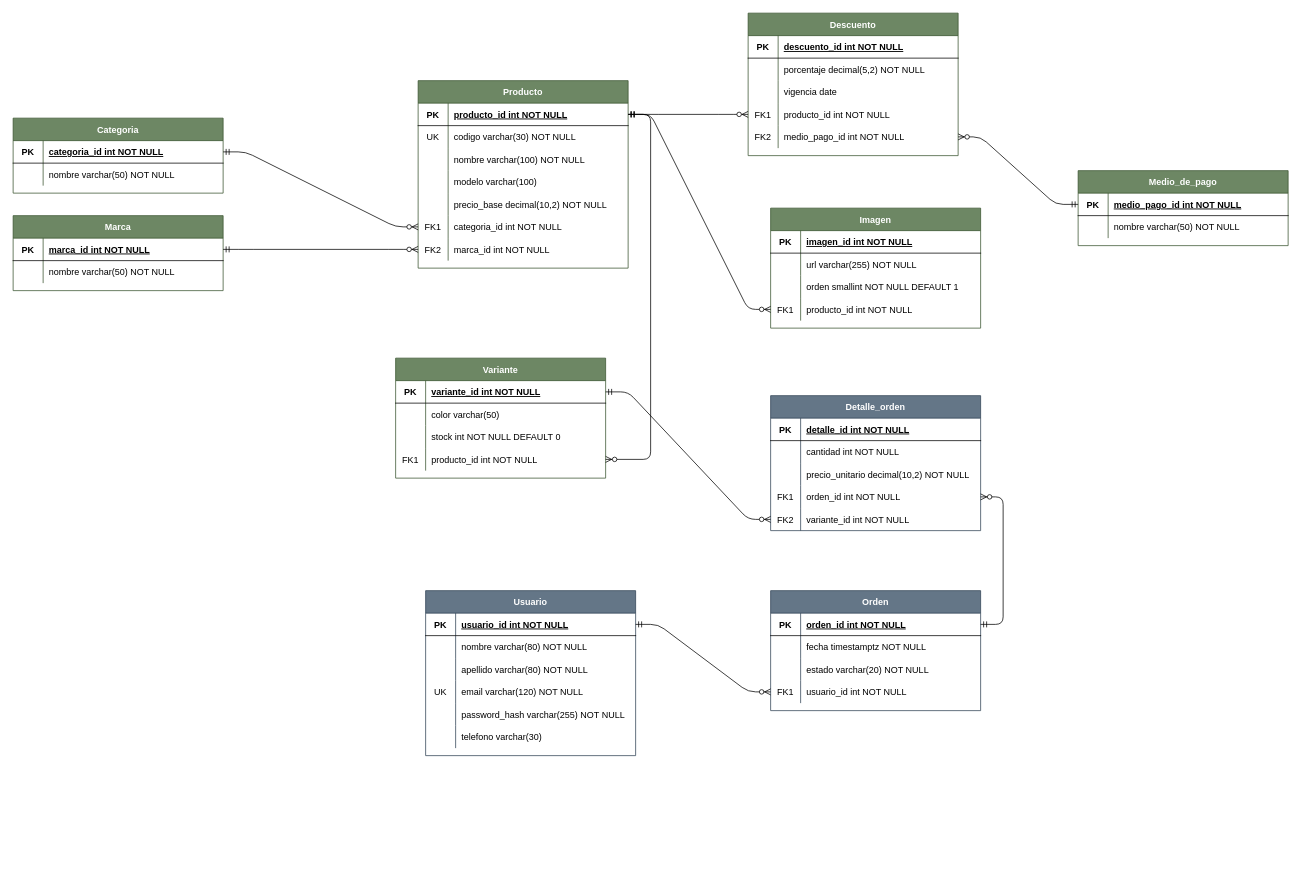
Above: BD_ER.drawio in albertinap/Krepla-RacingParts-Front (draw.io), before the change. Source tidied: cells renumbered, new cells numbered last; positions are measured from the earlier drawing's top-left corner, leaving out a move shared by most shapes. Both pictures are drawn from the tidied source at 75%, with x=0, y=0 at pixel (13, 13).
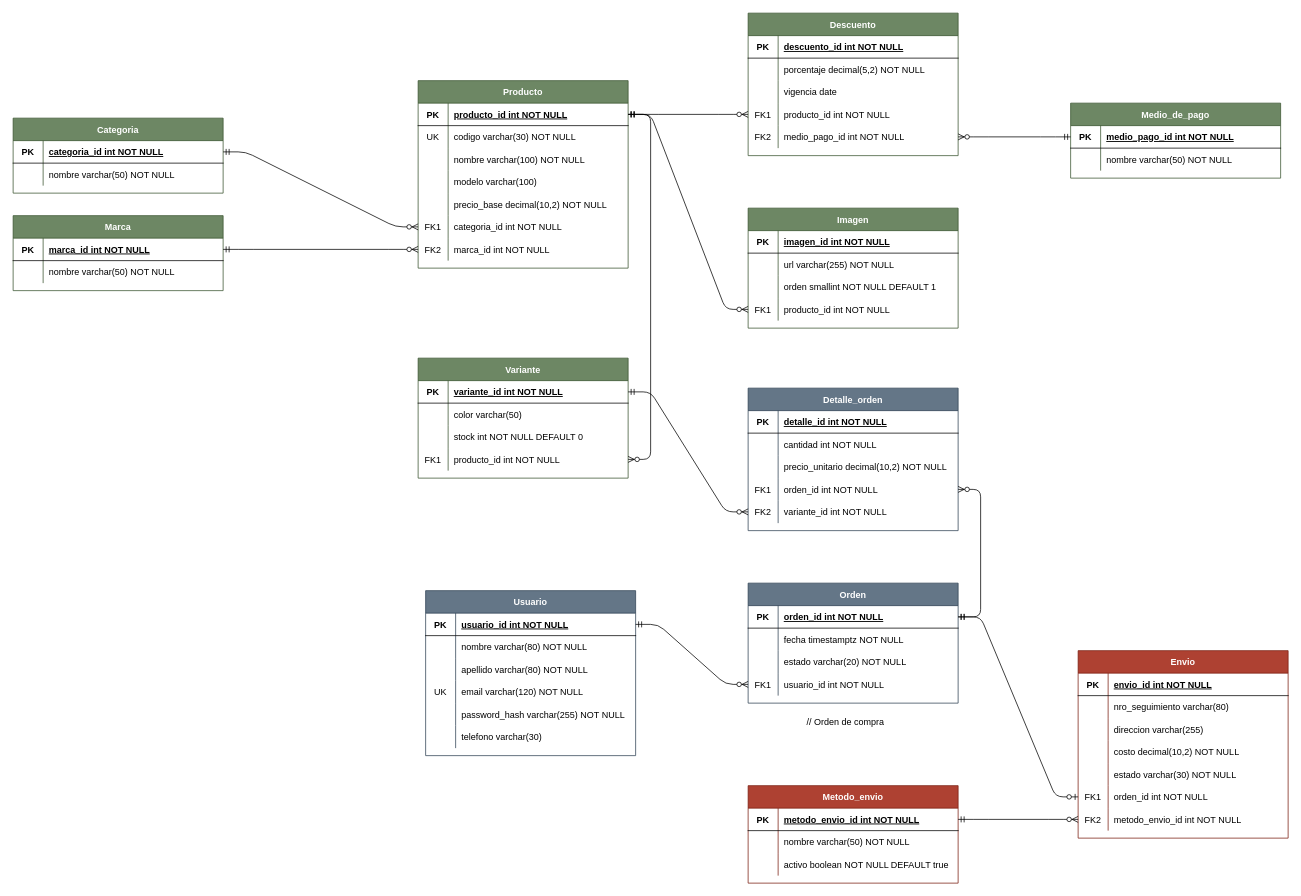
The same diagram, later.

Unchanged cells that the change refers to:
```xml
<mxCell id="107" style="shape=partialRectangle;fillColor=none;points=[[0,0.5],[1,0.5]];portConstraint=eastwest;top=0;left=0;right=0;bottom=1;" parent="106" vertex="1">
  <mxGeometry y="30" width="280" height="30" as="geometry" />
</mxCell>
```

The edit, as a diff of the source:
```diff
@@
     <mxCell id="16" value="Medio_de_pago" style="shape=table;startSize=30;childLayout=tableLayout;rowLines=0;fontStyle=1;align=center;fillColor=#6d8764;fontColor=#ffffff;strokeColor=#3A5431;" parent="1" vertex="1">
-      <mxGeometry x="1420" y="210" width="280" height="100" as="geometry" />
+      <mxGeometry x="1410" y="120" width="280" height="100" as="geometry" />
     </mxCell>
@@
     <mxCell id="45" value="Variante" style="shape=table;startSize=30;childLayout=tableLayout;rowLines=0;fontStyle=1;align=center;fillColor=#6d8764;fontColor=#ffffff;strokeColor=#3A5431;" parent="1" vertex="1">
-      <mxGeometry x="510" y="460" width="280" height="160" as="geometry" />
+      <mxGeometry x="540" y="460" width="280" height="160" as="geometry" />
     </mxCell>
@@
     <mxCell id="74" value="Imagen" style="shape=table;startSize=30;childLayout=tableLayout;rowLines=0;fontStyle=1;align=center;fillColor=#6d8764;fontColor=#ffffff;strokeColor=#3A5431;" parent="1" vertex="1">
-      <mxGeometry x="1010" y="260" width="280" height="160" as="geometry" />
+      <mxGeometry x="980" y="260" width="280" height="160" as="geometry" />
     </mxCell>
@@
-    <mxCell id="87" value="Usuario" style="shape=table;startSize=30;childLayout=tableLayout;rowLines=0;fontStyle=1;align=center;fillColor=#647687;fontColor=#ffffff;strokeColor=#314354;" parent="1" vertex="1">
+    <mxCell id="87" value="Usuario" style="shape=table;startSize=30;childLayout=tableLayout;rowLines=0;fontStyle=1;align=center;fillColor=light-dark(#647687, #d4c668);fontColor=#ffffff;strokeColor=#314354;" parent="1" vertex="1">
       <mxGeometry x="550" y="770" width="280" height="220" as="geometry" />
     </mxCell>
@@
     <mxCell id="106" value="Orden" style="shape=table;startSize=30;childLayout=tableLayout;rowLines=0;fontStyle=1;align=center;fillColor=#647687;fontColor=#ffffff;strokeColor=#314354;" parent="1" vertex="1">
-      <mxGeometry x="1010" y="770" width="280" height="160" as="geometry" />
+      <mxGeometry x="980" y="760" width="280" height="160" as="geometry" />
     </mxCell>
@@
     <mxCell id="119" value="Detalle_orden" style="shape=table;startSize=30;childLayout=tableLayout;rowLines=0;fontStyle=1;align=center;fillColor=#647687;fontColor=#ffffff;strokeColor=#314354;" parent="1" vertex="1">
-      <mxGeometry x="1010" y="510" width="280" height="180" as="geometry" />
+      <mxGeometry x="980" y="500" width="280" height="190" as="geometry" />
     </mxCell>
@@
+    <mxCell id="144" value="Metodo_envio" style="shape=table;startSize=30;childLayout=tableLayout;rowLines=0;fontStyle=1;align=center;fillColor=#ae4132;fontColor=#ffffff;strokeColor=#7a1f12;" parent="1" vertex="1">
+      <mxGeometry x="980" y="1030" width="280" height="130" as="geometry" />
+    </mxCell>
+    <mxCell id="145" style="shape=partialRectangle;fillColor=none;points=[[0,0.5],[1,0.5]];portConstraint=eastwest;top=0;left=0;right=0;bottom=1;" parent="144" vertex="1">
+      <mxGeometry y="30" width="280" height="30" as="geometry" />
+    </mxCell>
+    <mxCell id="146" value="PK" style="shape=partialRectangle;overflow=hidden;fillColor=none;top=0;left=0;bottom=0;right=0;fontStyle=1;" parent="145" vertex="1">
+      <mxGeometry width="40" height="30" as="geometry" />
+    </mxCell>
+    <mxCell id="147" value="metodo_envio_id int NOT NULL" style="shape=partialRectangle;overflow=hidden;fillColor=none;top=0;left=0;bottom=0;right=0;align=left;spacingLeft=6;fontStyle=5;" parent="145" vertex="1">
+      <mxGeometry x="40" width="240" height="30" as="geometry" />
+    </mxCell>
+    <mxCell id="148" style="shape=partialRectangle;fillColor=none;top=0;left=0;right=0;bottom=0;" parent="144" vertex="1">
+      <mxGeometry y="60" width="280" height="30" as="geometry" />
+    </mxCell>
+    <mxCell id="149" style="shape=partialRectangle;overflow=hidden;fillColor=none;top=0;left=0;bottom=0;right=0;" parent="148" vertex="1">
+      <mxGeometry width="40" height="30" as="geometry" />
+    </mxCell>
+    <mxCell id="150" value="nombre varchar(50) NOT NULL" style="shape=partialRectangle;overflow=hidden;fillColor=none;top=0;left=0;bottom=0;right=0;align=left;spacingLeft=6;" parent="148" vertex="1">
+      <mxGeometry x="40" width="240" height="30" as="geometry" />
+    </mxCell>
+    <mxCell id="151" style="shape=partialRectangle;fillColor=none;top=0;left=0;right=0;bottom=0;" parent="144" vertex="1">
+      <mxGeometry y="90" width="280" height="30" as="geometry" />
+    </mxCell>
+    <mxCell id="152" style="shape=partialRectangle;overflow=hidden;fillColor=none;top=0;left=0;bottom=0;right=0;" parent="151" vertex="1">
+      <mxGeometry width="40" height="30" as="geometry" />
+    </mxCell>
+    <mxCell id="153" value="activo boolean NOT NULL DEFAULT true" style="shape=partialRectangle;overflow=hidden;fillColor=none;top=0;left=0;bottom=0;right=0;align=left;spacingLeft=6;" parent="151" vertex="1">
+      <mxGeometry x="40" width="240" height="30" as="geometry" />
+    </mxCell>
+    <mxCell id="154" value="Envio" style="shape=table;startSize=30;childLayout=tableLayout;rowLines=0;fontStyle=1;align=center;fillColor=#ae4132;fontColor=#ffffff;strokeColor=#7a1f12;" parent="1" vertex="1">
+      <mxGeometry x="1420" y="850" width="280" height="250" as="geometry" />
+    </mxCell>
+    <mxCell id="155" style="shape=partialRectangle;fillColor=none;top=0;left=0;right=0;bottom=1;" parent="154" vertex="1">
+      <mxGeometry y="30" width="280" height="30" as="geometry" />
+    </mxCell>
+    <mxCell id="156" value="PK" style="shape=partialRectangle;overflow=hidden;fillColor=none;top=0;left=0;bottom=0;right=0;fontStyle=1;" parent="155" vertex="1">
+      <mxGeometry width="40" height="30" as="geometry" />
+    </mxCell>
+    <mxCell id="157" value="envio_id int NOT NULL" style="shape=partialRectangle;overflow=hidden;fillColor=none;top=0;left=0;bottom=0;right=0;align=left;spacingLeft=6;fontStyle=5;" parent="155" vertex="1">
+      <mxGeometry x="40" width="240" height="30" as="geometry" />
+    </mxCell>
+    <mxCell id="158" style="shape=partialRectangle;fillColor=none;top=0;left=0;right=0;bottom=0;" parent="154" vertex="1">
+      <mxGeometry y="60" width="280" height="30" as="geometry" />
+    </mxCell>
+    <mxCell id="159" style="shape=partialRectangle;overflow=hidden;fillColor=none;top=0;left=0;bottom=0;right=0;" parent="158" vertex="1">
+      <mxGeometry width="40" height="30" as="geometry" />
+    </mxCell>
+    <mxCell id="160" value="nro_seguimiento varchar(80)" style="shape=partialRectangle;overflow=hidden;fillColor=none;top=0;left=0;bottom=0;right=0;align=left;spacingLeft=6;" parent="158" vertex="1">
+      <mxGeometry x="40" width="240" height="30" as="geometry" />
+    </mxCell>
+    <mxCell id="161" style="shape=partialRectangle;fillColor=none;top=0;left=0;right=0;bottom=0;" parent="154" vertex="1">
+      <mxGeometry y="90" width="280" height="30" as="geometry" />
+    </mxCell>
+    <mxCell id="162" style="shape=partialRectangle;overflow=hidden;fillColor=none;top=0;left=0;bottom=0;right=0;" parent="161" vertex="1">
+      <mxGeometry width="40" height="30" as="geometry" />
+    </mxCell>
+    <mxCell id="163" value="direccion varchar(255)" style="shape=partialRectangle;overflow=hidden;fillColor=none;top=0;left=0;bottom=0;right=0;align=left;spacingLeft=6;" parent="161" vertex="1">
+      <mxGeometry x="40" width="240" height="30" as="geometry" />
+    </mxCell>
+    <mxCell id="164" style="shape=partialRectangle;fillColor=none;top=0;left=0;right=0;bottom=0;" parent="154" vertex="1">
+      <mxGeometry y="120" width="280" height="30" as="geometry" />
+    </mxCell>
+    <mxCell id="165" style="shape=partialRectangle;overflow=hidden;fillColor=none;top=0;left=0;bottom=0;right=0;" parent="164" vertex="1">
+      <mxGeometry width="40" height="30" as="geometry" />
+    </mxCell>
+    <mxCell id="166" value="costo decimal(10,2) NOT NULL" style="shape=partialRectangle;overflow=hidden;fillColor=none;top=0;left=0;bottom=0;right=0;align=left;spacingLeft=6;" parent="164" vertex="1">
+      <mxGeometry x="40" width="240" height="30" as="geometry" />
+    </mxCell>
+    <mxCell id="167" style="shape=partialRectangle;fillColor=none;top=0;left=0;right=0;bottom=0;" parent="154" vertex="1">
+      <mxGeometry y="150" width="280" height="30" as="geometry" />
+    </mxCell>
+    <mxCell id="168" style="shape=partialRectangle;overflow=hidden;fillColor=none;top=0;left=0;bottom=0;right=0;" parent="167" vertex="1">
+      <mxGeometry width="40" height="30" as="geometry" />
+    </mxCell>
+    <mxCell id="169" value="estado varchar(30) NOT NULL" style="shape=partialRectangle;overflow=hidden;fillColor=none;top=0;left=0;bottom=0;right=0;align=left;spacingLeft=6;" parent="167" vertex="1">
+      <mxGeometry x="40" width="240" height="30" as="geometry" />
+    </mxCell>
+    <mxCell id="170" style="shape=partialRectangle;fillColor=none;points=[[0,0.5],[1,0.5]];portConstraint=eastwest;top=0;left=0;right=0;bottom=0;" parent="154" vertex="1">
+      <mxGeometry y="180" width="280" height="30" as="geometry" />
+    </mxCell>
+    <mxCell id="171" value="FK1" style="shape=partialRectangle;overflow=hidden;fillColor=none;top=0;left=0;bottom=0;right=0;" parent="170" vertex="1">
+      <mxGeometry width="40" height="30" as="geometry" />
+    </mxCell>
+    <mxCell id="172" value="orden_id int NOT NULL" style="shape=partialRectangle;overflow=hidden;fillColor=none;top=0;left=0;bottom=0;right=0;align=left;spacingLeft=6;" parent="170" vertex="1">
+      <mxGeometry x="40" width="240" height="30" as="geometry" />
+    </mxCell>
+    <mxCell id="173" style="shape=partialRectangle;fillColor=none;points=[[0,0.5],[1,0.5]];portConstraint=eastwest;top=0;left=0;right=0;bottom=0;" parent="154" vertex="1">
+      <mxGeometry y="210" width="280" height="30" as="geometry" />
+    </mxCell>
+    <mxCell id="174" value="FK2" style="shape=partialRectangle;overflow=hidden;fillColor=none;top=0;left=0;bottom=0;right=0;" parent="173" vertex="1">
+      <mxGeometry width="40" height="30" as="geometry" />
+    </mxCell>
+    <mxCell id="175" value="metodo_envio_id int NOT NULL" style="shape=partialRectangle;overflow=hidden;fillColor=none;top=0;left=0;bottom=0;right=0;align=left;spacingLeft=6;" parent="173" vertex="1">
+      <mxGeometry x="40" width="240" height="30" as="geometry" />
+    </mxCell>
+    <mxCell id="176" style="edgeStyle=entityRelationEdgeStyle;endArrow=ERzeroToOne;startArrow=ERmandOne;endFill=1;startFill=0;" parent="1" edge="1" source="107" target="170">
+      <mxGeometry relative="1" as="geometry" />
+    </mxCell>
+    <mxCell id="177" style="edgeStyle=entityRelationEdgeStyle;endArrow=ERzeroToMany;startArrow=ERmandOne;endFill=1;startFill=0;" parent="1" edge="1" source="145" target="173">
+      <mxGeometry relative="1" as="geometry" />
+    </mxCell>
+    <mxCell id="178" value="// Orden de compra" style="text;html=1;whiteSpace=wrap;strokeColor=none;fillColor=none;align=center;verticalAlign=middle;rounded=0;" parent="1" vertex="1">
+      <mxGeometry x="1040" y="930" width="140" height="30" as="geometry" />
+    </mxCell>
```
